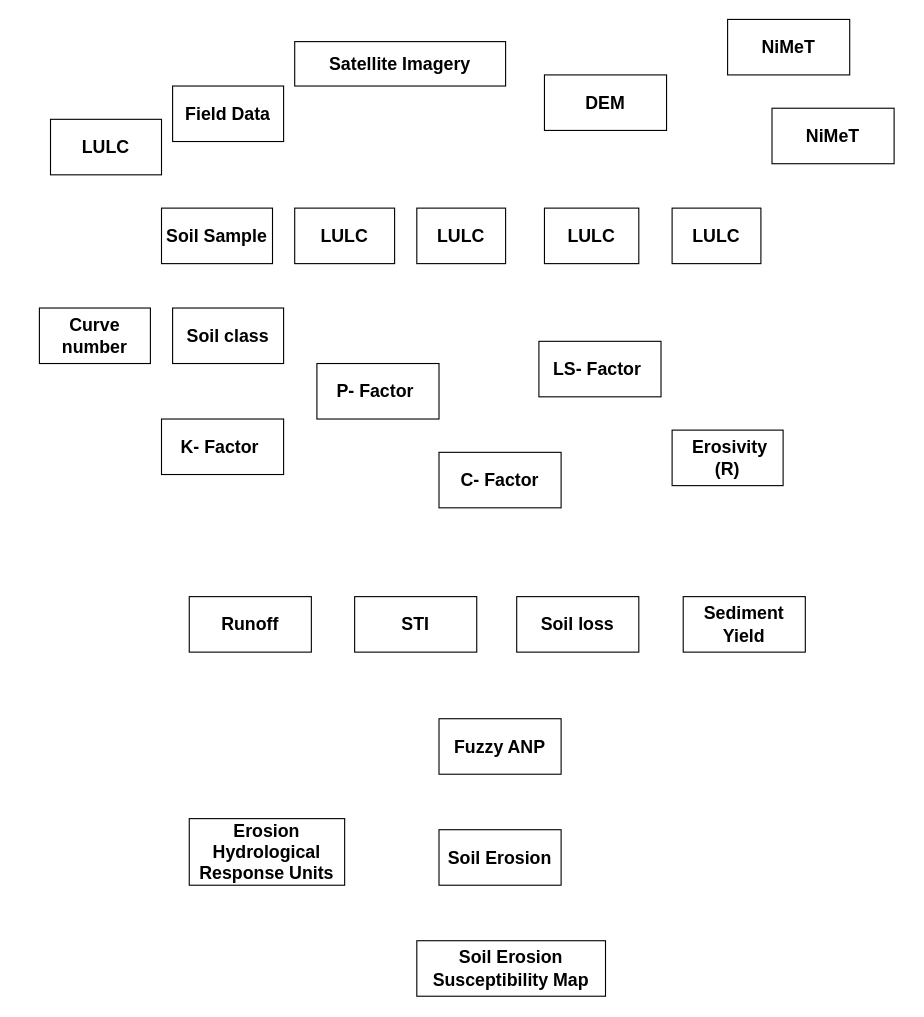
This is objective 1.drawio from yemioke/PRISMA2020, a draw.io file, before an edit. Source tidied: cells renumbered, new cells numbered last; positions are measured from the earlier drawing's top-left corner, leaving out a move shared by most shapes. Both pictures are drawn from the tidied source at 111%, with x=0, y=0 at pixel (39, 19).
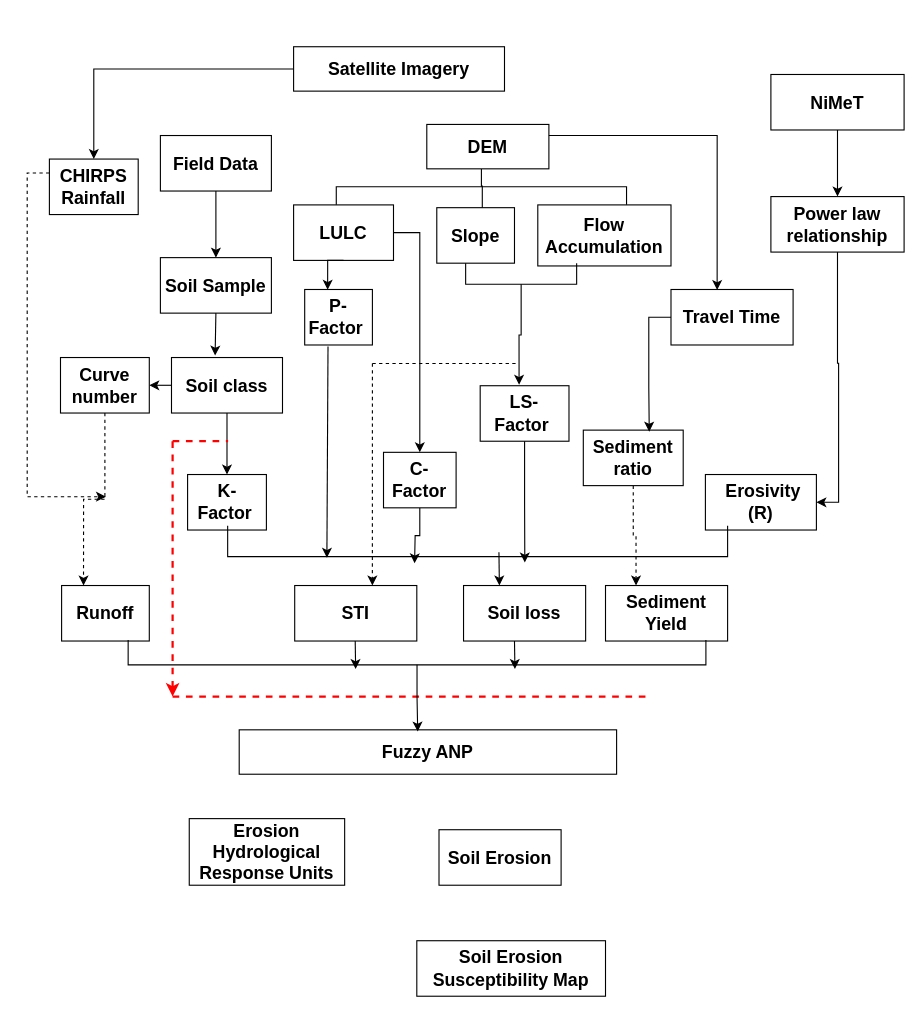
The same page after the edit.

Change to the diagram source:
```diff
@@
     <mxCell id="2" value="&lt;b&gt;&lt;font style=&quot;font-size: 16px;&quot;&gt;DEM&lt;/font&gt;&lt;/b&gt;" style="rounded=0;whiteSpace=wrap;html=1;" parent="1" vertex="1">
-      <mxGeometry x="455" y="50" width="110" height="50" as="geometry" />
+      <mxGeometry x="349" y="94.6" width="110" height="40" as="geometry" />
     </mxCell>
+    <mxCell id="28" style="edgeStyle=orthogonalEdgeStyle;rounded=0;jettySize=auto;html=1;exitX=0;exitY=0.5;exitDx=0;exitDy=0;entryX=0.5;entryY=0;entryDx=0;entryDy=0;" parent="1" edge="1" source="3" target="24">
+      <mxGeometry relative="1" as="geometry" />
+    </mxCell>
     <mxCell id="3" value="&lt;b&gt;&lt;font style=&quot;font-size: 16px;&quot;&gt;Satellite Imagery&lt;/font&gt;&lt;/b&gt;" style="rounded=0;whiteSpace=wrap;html=1;" parent="1" vertex="1">
-      <mxGeometry x="230" y="20" width="190" height="40" as="geometry" />
+      <mxGeometry x="229" y="24.6" width="190" height="40" as="geometry" />
     </mxCell>
@@
     <mxCell id="5" value="&lt;b&gt;&lt;font style=&quot;font-size: 16px;&quot;&gt;Soil loss&lt;/font&gt;&lt;/b&gt;" style="rounded=0;whiteSpace=wrap;html=1;" parent="1" vertex="1">
-      <mxGeometry x="430" y="520" width="110" height="50" as="geometry" />
+      <mxGeometry x="382.1" y="510" width="110" height="50" as="geometry" />
     </mxCell>
     <mxCell id="6" value="&lt;b&gt;&lt;font style=&quot;font-size: 16px;&quot;&gt;STI&lt;/font&gt;&lt;/b&gt;" style="rounded=0;whiteSpace=wrap;html=1;" parent="1" vertex="1">
-      <mxGeometry x="284" y="520" width="110" height="50" as="geometry" />
+      <mxGeometry x="230" y="510" width="110" height="50" as="geometry" />
     </mxCell>
     <mxCell id="7" value="&lt;b&gt;&lt;font style=&quot;font-size: 16px;&quot;&gt;&amp;nbsp;Erosivity (R)&lt;/font&gt;&lt;/b&gt;" style="rounded=0;whiteSpace=wrap;html=1;" parent="1" vertex="1">
-      <mxGeometry x="570" y="370" width="100" height="50" as="geometry" />
+      <mxGeometry x="600" y="410" width="100" height="50" as="geometry" />
     </mxCell>
+    <mxCell id="29" style="edgeStyle=orthogonalEdgeStyle;rounded=0;jettySize=auto;html=1;exitX=1;exitY=0.5;exitDx=0;exitDy=0;" parent="1" edge="1" source="8" target="9">
+      <mxGeometry relative="1" as="geometry" />
+    </mxCell>
     <mxCell id="8" value="&lt;b&gt;&lt;font style=&quot;font-size: 16px;&quot;&gt;LULC&lt;/font&gt;&lt;/b&gt;" style="rounded=0;whiteSpace=wrap;html=1;" parent="1" vertex="1">
-      <mxGeometry x="230" y="170" width="90" height="50" as="geometry" />
+      <mxGeometry x="229" y="167.1" width="90" height="50" as="geometry" />
     </mxCell>
+    <mxCell id="30" style="edgeStyle=orthogonalEdgeStyle;rounded=0;jettySize=auto;html=1;exitX=0.5;exitY=1;exitDx=0;exitDy=0;" parent="1" edge="1" source="9">
+      <mxGeometry relative="1" as="geometry">
+        <mxPoint x="338" y="490" as="targetPoint" />
+      </mxGeometry>
+    </mxCell>
     <mxCell id="9" value="&lt;b&gt;&lt;font style=&quot;font-size: 16px;&quot;&gt;C- Factor&lt;/font&gt;&lt;/b&gt;" style="rounded=0;whiteSpace=wrap;html=1;" parent="1" vertex="1">
-      <mxGeometry x="360" y="390" width="110" height="50" as="geometry" />
+      <mxGeometry x="310" y="390" width="65.4" height="50" as="geometry" />
     </mxCell>
     <mxCell id="10" value="&lt;span style=&quot;font-size: 16px;&quot;&gt;&lt;b&gt;Runoff&lt;/b&gt;&lt;/span&gt;" style="rounded=0;whiteSpace=wrap;html=1;" parent="1" vertex="1">
-      <mxGeometry x="135" y="520" width="110" height="50" as="geometry" />
+      <mxGeometry x="20" y="510" width="79" height="50" as="geometry" />
     </mxCell>
     <mxCell id="11" value="&lt;b&gt;&lt;font style=&quot;font-size: 16px;&quot;&gt;P- Factor&amp;nbsp;&lt;/font&gt;&lt;/b&gt;" style="rounded=0;whiteSpace=wrap;html=1;" parent="1" vertex="1">
-      <mxGeometry x="250" y="310" width="110" height="50" as="geometry" />
+      <mxGeometry x="239" y="243.3" width="61" height="50" as="geometry" />
     </mxCell>
     <mxCell id="12" value="&lt;span style=&quot;font-size: 16px;&quot;&gt;&lt;b&gt;Sediment Yield&lt;/b&gt;&lt;/span&gt;" style="rounded=0;whiteSpace=wrap;html=1;" parent="1" vertex="1">
-      <mxGeometry x="580" y="520" width="110" height="50" as="geometry" />
+      <mxGeometry x="510" y="510" width="110" height="50" as="geometry" />
     </mxCell>
     <mxCell id="13" value="&lt;b&gt;&lt;font style=&quot;font-size: 16px;&quot;&gt;Fuzzy ANP&lt;/font&gt;&lt;/b&gt;" style="rounded=0;whiteSpace=wrap;html=1;" parent="1" vertex="1">
-      <mxGeometry x="360" y="630" width="110" height="50" as="geometry" />
+      <mxGeometry x="180" y="640" width="340" height="40" as="geometry" />
     </mxCell>
@@
     <mxCell id="16" value="&lt;b&gt;&lt;font style=&quot;font-size: 16px;&quot;&gt;K- Factor&amp;nbsp;&lt;/font&gt;&lt;/b&gt;" style="rounded=0;whiteSpace=wrap;html=1;" parent="1" vertex="1">
-      <mxGeometry x="110" y="360" width="110" height="50" as="geometry" />
+      <mxGeometry x="133.5" y="410" width="71" height="50" as="geometry" />
     </mxCell>
     <mxCell id="17" value="&lt;b&gt;&lt;font style=&quot;font-size: 16px;&quot;&gt;LS- Factor&amp;nbsp;&lt;/font&gt;&lt;/b&gt;" style="rounded=0;whiteSpace=wrap;html=1;" parent="1" vertex="1">
-      <mxGeometry x="450" y="290" width="110" height="50" as="geometry" />
+      <mxGeometry x="397.1" y="330" width="80" height="50" as="geometry" />
     </mxCell>
-    <mxCell id="18" value="&lt;b&gt;&lt;font style=&quot;font-size: 16px;&quot;&gt;LULC&lt;/font&gt;&lt;/b&gt;" style="rounded=0;whiteSpace=wrap;html=1;" parent="1" vertex="1">
-      <mxGeometry x="340" y="170" width="80" height="50" as="geometry" />
+    <mxCell id="18" value="&lt;b&gt;&lt;font style=&quot;font-size: 16px;&quot;&gt;Slope&lt;/font&gt;&lt;/b&gt;" style="rounded=0;whiteSpace=wrap;html=1;" parent="1" vertex="1">
+      <mxGeometry x="358" y="169.6" width="70" height="50" as="geometry" />
     </mxCell>
-    <mxCell id="19" value="&lt;b&gt;&lt;font style=&quot;font-size: 16px;&quot;&gt;LULC&lt;/font&gt;&lt;/b&gt;" style="rounded=0;whiteSpace=wrap;html=1;" parent="1" vertex="1">
-      <mxGeometry x="455" y="170" width="85" height="50" as="geometry" />
+    <mxCell id="19" value="&lt;b&gt;&lt;font style=&quot;font-size: 16px;&quot;&gt;Flow Accumulation&lt;/font&gt;&lt;/b&gt;" style="rounded=0;whiteSpace=wrap;html=1;" parent="1" vertex="1">
+      <mxGeometry x="449" y="167.1" width="120" height="55" as="geometry" />
     </mxCell>
-    <mxCell id="20" value="&lt;b&gt;&lt;font style=&quot;font-size: 16px;&quot;&gt;LULC&lt;/font&gt;&lt;/b&gt;" style="rounded=0;whiteSpace=wrap;html=1;" parent="1" vertex="1">
-      <mxGeometry x="570" y="170" width="80" height="50" as="geometry" />
-    </mxCell>
+    <mxCell id="31" style="edgeStyle=orthogonalEdgeStyle;rounded=0;jettySize=auto;html=1;exitX=0.5;exitY=1;exitDx=0;exitDy=0;entryX=0.5;entryY=0;entryDx=0;entryDy=0;" parent="1" edge="1" source="21" target="22">
+      <mxGeometry relative="1" as="geometry" />
+    </mxCell>
     <mxCell id="21" value="&lt;b&gt;&lt;font style=&quot;font-size: 16px;&quot;&gt;NiMeT&lt;/font&gt;&lt;/b&gt;" style="rounded=0;whiteSpace=wrap;html=1;" parent="1" vertex="1">
-      <mxGeometry x="620" width="110" height="50" as="geometry" />
+      <mxGeometry x="659" y="49.6" width="120" height="50" as="geometry" />
     </mxCell>
+    <mxCell id="32" style="edgeStyle=orthogonalEdgeStyle;rounded=0;jettySize=auto;html=1;exitX=0.5;exitY=1;exitDx=0;exitDy=0;entryX=1;entryY=0.5;entryDx=0;entryDy=0;" parent="1" edge="1" source="22" target="7">
+      <mxGeometry relative="1" as="geometry" />
+    </mxCell>
-    <mxCell id="22" value="&lt;b&gt;&lt;font style=&quot;font-size: 16px;&quot;&gt;NiMeT&lt;/font&gt;&lt;/b&gt;" style="rounded=0;whiteSpace=wrap;html=1;" parent="1" vertex="1">
-      <mxGeometry x="660" y="80" width="110" height="50" as="geometry" />
+    <mxCell id="22" value="&lt;b&gt;&lt;font style=&quot;font-size: 16px;&quot;&gt;Power law relationship&lt;/font&gt;&lt;/b&gt;" style="rounded=0;whiteSpace=wrap;html=1;" parent="1" vertex="1">
+      <mxGeometry x="659" y="159.6" width="120" height="50" as="geometry" />
     </mxCell>
+    <mxCell id="33" style="edgeStyle=orthogonalEdgeStyle;rounded=0;jettySize=auto;html=1;exitX=0.5;exitY=1;exitDx=0;exitDy=0;entryX=0.5;entryY=0;entryDx=0;entryDy=0;" parent="1" edge="1" source="23" target="25">
+      <mxGeometry relative="1" as="geometry" />
+    </mxCell>
     <mxCell id="23" value="&lt;b&gt;&lt;font style=&quot;font-size: 16px;&quot;&gt;Field Data&lt;/font&gt;&lt;/b&gt;" style="rounded=0;whiteSpace=wrap;html=1;" parent="1" vertex="1">
-      <mxGeometry x="120" y="60" width="100" height="50" as="geometry" />
+      <mxGeometry x="109" y="104.6" width="100" height="50" as="geometry" />
     </mxCell>
+    <mxCell id="34" style="edgeStyle=orthogonalEdgeStyle;rounded=0;jettySize=auto;html=1;exitX=0;exitY=0.25;exitDx=0;exitDy=0;dashed=1;" parent="1" edge="1" source="24">
+      <mxGeometry relative="1" as="geometry">
+        <mxPoint x="60" y="430" as="targetPoint" />
+        <Array as="points">
+          <mxPoint x="-11" y="138" />
+          <mxPoint x="-11" y="430" />
+        </Array>
+      </mxGeometry>
+    </mxCell>
-    <mxCell id="24" value="&lt;b&gt;&lt;font style=&quot;font-size: 16px;&quot;&gt;LULC&lt;/font&gt;&lt;/b&gt;" style="rounded=0;whiteSpace=wrap;html=1;" parent="1" vertex="1">
-      <mxGeometry x="10" y="90" width="100" height="50" as="geometry" />
+    <mxCell id="24" value="&lt;b&gt;&lt;font style=&quot;font-size: 16px;&quot;&gt;CHIRPS Rainfall&lt;/font&gt;&lt;/b&gt;" style="rounded=0;whiteSpace=wrap;html=1;" parent="1" vertex="1">
+      <mxGeometry x="9" y="125.8" width="80" height="50" as="geometry" />
     </mxCell>
     <mxCell id="25" value="&lt;b&gt;&lt;font style=&quot;font-size: 16px;&quot;&gt;Soil Sample&lt;/font&gt;&lt;/b&gt;" style="rounded=0;whiteSpace=wrap;html=1;" parent="1" vertex="1">
-      <mxGeometry x="110" y="170" width="100" height="50" as="geometry" />
+      <mxGeometry x="109" y="214.6" width="100" height="50" as="geometry" />
     </mxCell>
+    <mxCell id="35" style="edgeStyle=orthogonalEdgeStyle;rounded=0;jettySize=auto;html=1;exitX=0;exitY=0.5;exitDx=0;exitDy=0;entryX=1;entryY=0.5;entryDx=0;entryDy=0;" parent="1" edge="1" source="26" target="27">
+      <mxGeometry relative="1" as="geometry" />
+    </mxCell>
+    <mxCell id="36" style="edgeStyle=orthogonalEdgeStyle;rounded=0;jettySize=auto;html=1;exitX=0.5;exitY=1;exitDx=0;exitDy=0;entryX=0.5;entryY=0;entryDx=0;entryDy=0;" parent="1" edge="1" source="26" target="16">
+      <mxGeometry relative="1" as="geometry" />
+    </mxCell>
     <mxCell id="26" value="&lt;b&gt;&lt;font style=&quot;font-size: 16px;&quot;&gt;Soil class&lt;/font&gt;&lt;/b&gt;" style="rounded=0;whiteSpace=wrap;html=1;" parent="1" vertex="1">
-      <mxGeometry x="120" y="260" width="100" height="50" as="geometry" />
+      <mxGeometry x="119" y="304.6" width="100" height="50" as="geometry" />
     </mxCell>
+    <mxCell id="37" style="edgeStyle=orthogonalEdgeStyle;rounded=0;jettySize=auto;html=1;exitX=0.5;exitY=1;exitDx=0;exitDy=0;entryX=0.25;entryY=0;entryDx=0;entryDy=0;dashed=1;" parent="1" edge="1" source="27" target="10">
+      <mxGeometry relative="1" as="geometry" />
+    </mxCell>
     <mxCell id="27" value="&lt;b&gt;&lt;font style=&quot;font-size: 16px;&quot;&gt;Curve number&lt;/font&gt;&lt;/b&gt;" style="rounded=0;whiteSpace=wrap;html=1;" parent="1" vertex="1">
-      <mxGeometry y="260" width="100" height="50" as="geometry" />
+      <mxGeometry x="19" y="304.6" width="80" height="50" as="geometry" />
     </mxCell>
+    <mxCell id="38" value="&lt;b&gt;&lt;font style=&quot;font-size: 16px;&quot;&gt;Travel Time&lt;/font&gt;&lt;/b&gt;" style="rounded=0;whiteSpace=wrap;html=1;" parent="1" vertex="1">
+      <mxGeometry x="569" y="243.3" width="110" height="50" as="geometry" />
+    </mxCell>
+    <mxCell id="39" style="strokeWidth=1;html=1;shape=mxgraph.flowchart.annotation_2;align=left;labelPosition=right;rotation=90;" parent="1" vertex="1">
+      <mxGeometry x="382.1" y="20" width="32.2" height="261.5" as="geometry" />
+    </mxCell>
+    <mxCell id="40" style="endArrow=none;html=1;rounded=0;" parent="1" edge="1">
+      <mxGeometry relative="1" as="geometry">
+        <mxPoint x="399" y="169.6" as="sourcePoint" />
+        <mxPoint x="399" y="149.6" as="targetPoint" />
+      </mxGeometry>
+    </mxCell>
+    <mxCell id="41" style="edgeStyle=orthogonalEdgeStyle;rounded=0;jettySize=auto;html=1;exitX=0.5;exitY=1;exitDx=0;exitDy=0;entryX=0.393;entryY=-0.035;entryDx=0;entryDy=0;entryPerimeter=0;" parent="1" edge="1" source="25" target="26">
+      <mxGeometry relative="1" as="geometry" />
+    </mxCell>
+    <mxCell id="42" style="edgeStyle=orthogonalEdgeStyle;rounded=0;jettySize=auto;html=1;exitX=1;exitY=0.25;exitDx=0;exitDy=0;entryX=0.378;entryY=0.009;entryDx=0;entryDy=0;entryPerimeter=0;" parent="1" edge="1" source="2" target="38">
+      <mxGeometry relative="1" as="geometry" />
+    </mxCell>
+    <mxCell id="43" style="edgeStyle=orthogonalEdgeStyle;rounded=0;jettySize=auto;html=1;exitX=0.5;exitY=1;exitDx=0;exitDy=0;entryX=0.339;entryY=0.006;entryDx=0;entryDy=0;entryPerimeter=0;" parent="1" edge="1" source="8" target="11">
+      <mxGeometry relative="1" as="geometry" />
+    </mxCell>
+    <mxCell id="44" style="strokeWidth=1;html=1;shape=mxgraph.flowchart.annotation_1;align=left;rotation=-90;" parent="1" vertex="1">
+      <mxGeometry x="424.5" y="179.1" width="19" height="100" as="geometry" />
+    </mxCell>
+    <mxCell id="45" style="edgeStyle=orthogonalEdgeStyle;rounded=0;jettySize=auto;html=1;exitX=0;exitY=0.5;exitDx=0;exitDy=0;exitPerimeter=0;entryX=0.438;entryY=-0.018;entryDx=0;entryDy=0;entryPerimeter=0;" parent="1" edge="1" source="44" target="17">
+      <mxGeometry relative="1" as="geometry" />
+    </mxCell>
+    <mxCell id="46" style="endArrow=classic;html=1;rounded=0;" parent="1" edge="1">
+      <mxGeometry relative="1" as="geometry">
+        <mxPoint x="260" y="294.6" as="sourcePoint" />
+        <mxPoint x="259" y="485" as="targetPoint" />
+      </mxGeometry>
+    </mxCell>
+    <mxCell id="47" style="edgeStyle=orthogonalEdgeStyle;rounded=0;jettySize=auto;html=1;exitX=0.5;exitY=1;exitDx=0;exitDy=0;entryX=0.395;entryY=0.614;entryDx=0;entryDy=0;entryPerimeter=0;" parent="1" edge="1" source="17">
+      <mxGeometry relative="1" as="geometry">
+        <mxPoint x="437.3" y="489.3" as="targetPoint" />
+      </mxGeometry>
+    </mxCell>
+    <mxCell id="48" style="edgeStyle=orthogonalEdgeStyle;rounded=0;jettySize=auto;html=1;exitX=0.5;exitY=1;exitDx=0;exitDy=0;entryX=0.25;entryY=0;entryDx=0;entryDy=0;dashed=1;" parent="1" edge="1" source="49" target="12">
+      <mxGeometry relative="1" as="geometry" />
+    </mxCell>
+    <mxCell id="49" value="&lt;b&gt;&lt;font style=&quot;font-size: 16px;&quot;&gt;Sediment ratio&lt;/font&gt;&lt;/b&gt;" style="rounded=0;whiteSpace=wrap;html=1;" parent="1" vertex="1">
+      <mxGeometry x="490" y="370" width="90" height="50" as="geometry" />
+    </mxCell>
+    <mxCell id="50" style="edgeStyle=orthogonalEdgeStyle;rounded=0;jettySize=auto;html=1;exitX=0;exitY=0.5;exitDx=0;exitDy=0;entryX=0.66;entryY=0.028;entryDx=0;entryDy=0;entryPerimeter=0;" parent="1" edge="1" source="38" target="49">
+      <mxGeometry relative="1" as="geometry" />
+    </mxCell>
+    <mxCell id="51" style="strokeWidth=1;html=1;shape=mxgraph.flowchart.annotation_1;align=left;rotation=-90;" parent="1" vertex="1">
+      <mxGeometry x="380.9" y="244.9" width="27.8" height="450.4" as="geometry" />
+    </mxCell>
+    <mxCell id="52" style="endArrow=none;html=1;rounded=0;dashed=1;" parent="1" edge="1">
+      <mxGeometry relative="1" as="geometry">
+        <mxPoint x="300" y="310" as="sourcePoint" />
+        <mxPoint x="430" y="310" as="targetPoint" />
+      </mxGeometry>
+    </mxCell>
+    <mxCell id="53" style="endArrow=classic;html=1;rounded=0;entryX=0.636;entryY=0;entryDx=0;entryDy=0;entryPerimeter=0;dashed=1;" parent="1" edge="1" target="6">
+      <mxGeometry relative="1" as="geometry">
+        <mxPoint x="300" y="310" as="sourcePoint" />
+      </mxGeometry>
+    </mxCell>
+    <mxCell id="54" style="endArrow=classic;html=1;rounded=0;" parent="1" edge="1">
+      <mxGeometry relative="1" as="geometry">
+        <mxPoint x="414" y="480" as="sourcePoint" />
+        <mxPoint x="414.4" y="510" as="targetPoint" />
+      </mxGeometry>
+    </mxCell>
+    <mxCell id="55" style="endArrow=none;html=1;rounded=0;dashed=1;strokeColor=#FF0000;strokeWidth=2;" parent="1" edge="1">
+      <mxGeometry relative="1" as="geometry">
+        <mxPoint x="120" y="610" as="sourcePoint" />
+        <mxPoint x="546.7" y="610" as="targetPoint" />
+      </mxGeometry>
+    </mxCell>
+    <mxCell id="56" style="strokeWidth=1;html=1;shape=mxgraph.flowchart.annotation_1;align=left;rotation=-90;" parent="1" vertex="1">
+      <mxGeometry x="329" y="310" width="22.4" height="520.5" as="geometry" />
+    </mxCell>
+    <mxCell id="57" style="endArrow=classic;html=1;rounded=0;" parent="1" edge="1">
+      <mxGeometry relative="1" as="geometry">
+        <mxPoint x="428" y="560" as="sourcePoint" />
+        <mxPoint x="428.4" y="585.2" as="targetPoint" />
+      </mxGeometry>
+    </mxCell>
+    <mxCell id="58" style="endArrow=classic;html=1;rounded=0;" parent="1" edge="1">
+      <mxGeometry relative="1" as="geometry">
+        <mxPoint x="284.5" y="560" as="sourcePoint" />
+        <mxPoint x="284.9" y="585.2" as="targetPoint" />
+      </mxGeometry>
+    </mxCell>
+    <mxCell id="59" style="edgeStyle=orthogonalEdgeStyle;rounded=0;jettySize=auto;html=1;exitX=0;exitY=0.5;exitDx=0;exitDy=0;exitPerimeter=0;entryX=0.473;entryY=0.039;entryDx=0;entryDy=0;entryPerimeter=0;" parent="1" edge="1" source="56" target="13">
+      <mxGeometry relative="1" as="geometry" />
+    </mxCell>
+    <mxCell id="60" style="endArrow=none;html=1;rounded=0;dashed=1;strokeWidth=2;strokeColor=#FF0000;" parent="1" edge="1">
+      <mxGeometry relative="1" as="geometry">
+        <mxPoint x="120" y="380" as="sourcePoint" />
+        <mxPoint x="170" y="380" as="targetPoint" />
+      </mxGeometry>
+    </mxCell>
+    <mxCell id="61" style="endArrow=classic;html=1;rounded=0;dashed=1;strokeColor=#FF0000;strokeWidth=2;" parent="1" edge="1">
+      <mxGeometry relative="1" as="geometry">
+        <mxPoint x="120" y="380" as="sourcePoint" />
+        <mxPoint x="120" y="610" as="targetPoint" />
+      </mxGeometry>
+    </mxCell>
```
